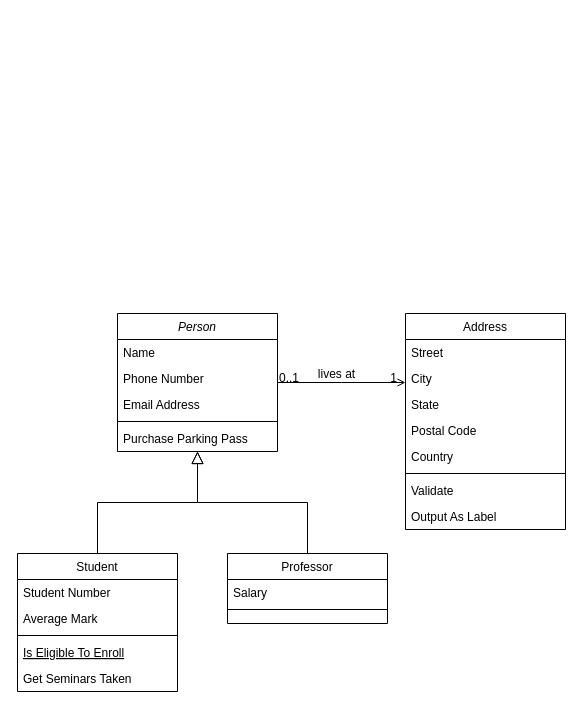
Above: 锁.drawio in leoliangyixun/yuxin (draw.io), before the change. Source tidied: cells renumbered, new cells numbered last; positions are measured from the earlier drawing's top-left corner, leaving out a move shared by most shapes. Both pictures are drawn from the tidied source at 100%, with x=0, y=0 at pixel (17, 313).
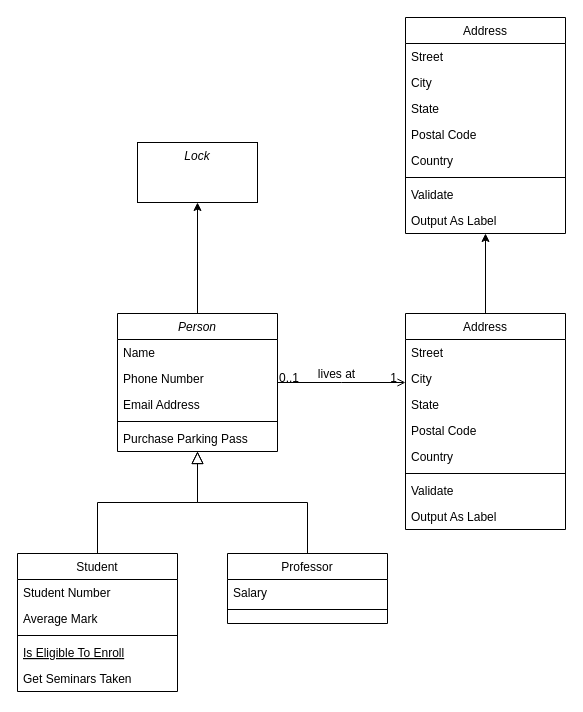
After the change.

The change refers to these unchanged cells:
```xml
<mxCell id="2" value="Person" style="swimlane;fontStyle=2;align=center;verticalAlign=top;horizontal=1;startSize=26;rounded=0;shadow=0;strokeWidth=1;" parent="1" vertex="1">
  <mxGeometry x="100" width="160" height="138" as="geometry" />
</mxCell>
<mxCell id="19" value="Address" style="swimlane;fontStyle=0;align=center;verticalAlign=top;horizontal=1;startSize=26;rounded=0;shadow=0;strokeWidth=1;" parent="1" vertex="1">
  <mxGeometry x="388" width="160" height="216" as="geometry" />
</mxCell>
```

Diff of the diagram source:
```diff
@@
+    <mxCell id="32" style="edgeStyle=orthogonalEdgeStyle;rounded=0;jettySize=auto;html=1;" parent="1" edge="1" source="2" target="34">
+      <mxGeometry relative="1" as="geometry" />
+    </mxCell>
@@
+    <mxCell id="33" style="edgeStyle=orthogonalEdgeStyle;rounded=0;jettySize=auto;html=1;" parent="1" edge="1" source="19" target="35">
+      <mxGeometry relative="1" as="geometry" />
+    </mxCell>
@@
+    <mxCell id="34" value="Lock" style="whiteSpace=wrap;html=1;rounded=0;shadow=0;fontStyle=2;verticalAlign=top;strokeWidth=1;startSize=26;" parent="1" vertex="1">
+      <mxGeometry x="120" y="-171" width="120" height="60" as="geometry" />
+    </mxCell>
+    <mxCell id="35" value="Address" style="swimlane;fontStyle=0;align=center;verticalAlign=top;horizontal=1;startSize=26;rounded=0;shadow=0;strokeWidth=1;" parent="1" vertex="1">
+      <mxGeometry x="388" y="-296" width="160" height="216" as="geometry" />
+    </mxCell>
+    <mxCell id="36" value="Street" style="text;align=left;verticalAlign=top;spacingLeft=4;spacingRight=4;overflow=hidden;" parent="35" vertex="1">
+      <mxGeometry y="26" width="160" height="26" as="geometry" />
+    </mxCell>
+    <mxCell id="37" value="City" style="text;align=left;verticalAlign=top;spacingLeft=4;spacingRight=4;overflow=hidden;rounded=0;shadow=0;html=0;" parent="35" vertex="1">
+      <mxGeometry y="52" width="160" height="26" as="geometry" />
+    </mxCell>
+    <mxCell id="38" value="State" style="text;align=left;verticalAlign=top;spacingLeft=4;spacingRight=4;overflow=hidden;rounded=0;shadow=0;html=0;" parent="35" vertex="1">
+      <mxGeometry y="78" width="160" height="26" as="geometry" />
+    </mxCell>
+    <mxCell id="39" value="Postal Code" style="text;align=left;verticalAlign=top;spacingLeft=4;spacingRight=4;overflow=hidden;rounded=0;shadow=0;html=0;" parent="35" vertex="1">
+      <mxGeometry y="104" width="160" height="26" as="geometry" />
+    </mxCell>
+    <mxCell id="40" value="Country" style="text;align=left;verticalAlign=top;spacingLeft=4;spacingRight=4;overflow=hidden;rounded=0;shadow=0;html=0;" parent="35" vertex="1">
+      <mxGeometry y="130" width="160" height="26" as="geometry" />
+    </mxCell>
+    <mxCell id="41" style="line;html=1;strokeWidth=1;align=left;verticalAlign=middle;spacingTop=-1;spacingLeft=3;spacingRight=3;labelPosition=right;" parent="35" vertex="1">
+      <mxGeometry y="156" width="160" height="8" as="geometry" />
+    </mxCell>
+    <mxCell id="42" value="Validate" style="text;align=left;verticalAlign=top;spacingLeft=4;spacingRight=4;overflow=hidden;" parent="35" vertex="1">
+      <mxGeometry y="164" width="160" height="26" as="geometry" />
+    </mxCell>
+    <mxCell id="43" value="Output As Label" style="text;align=left;verticalAlign=top;spacingLeft=4;spacingRight=4;overflow=hidden;" parent="35" vertex="1">
+      <mxGeometry y="190" width="160" height="26" as="geometry" />
+    </mxCell>
```
